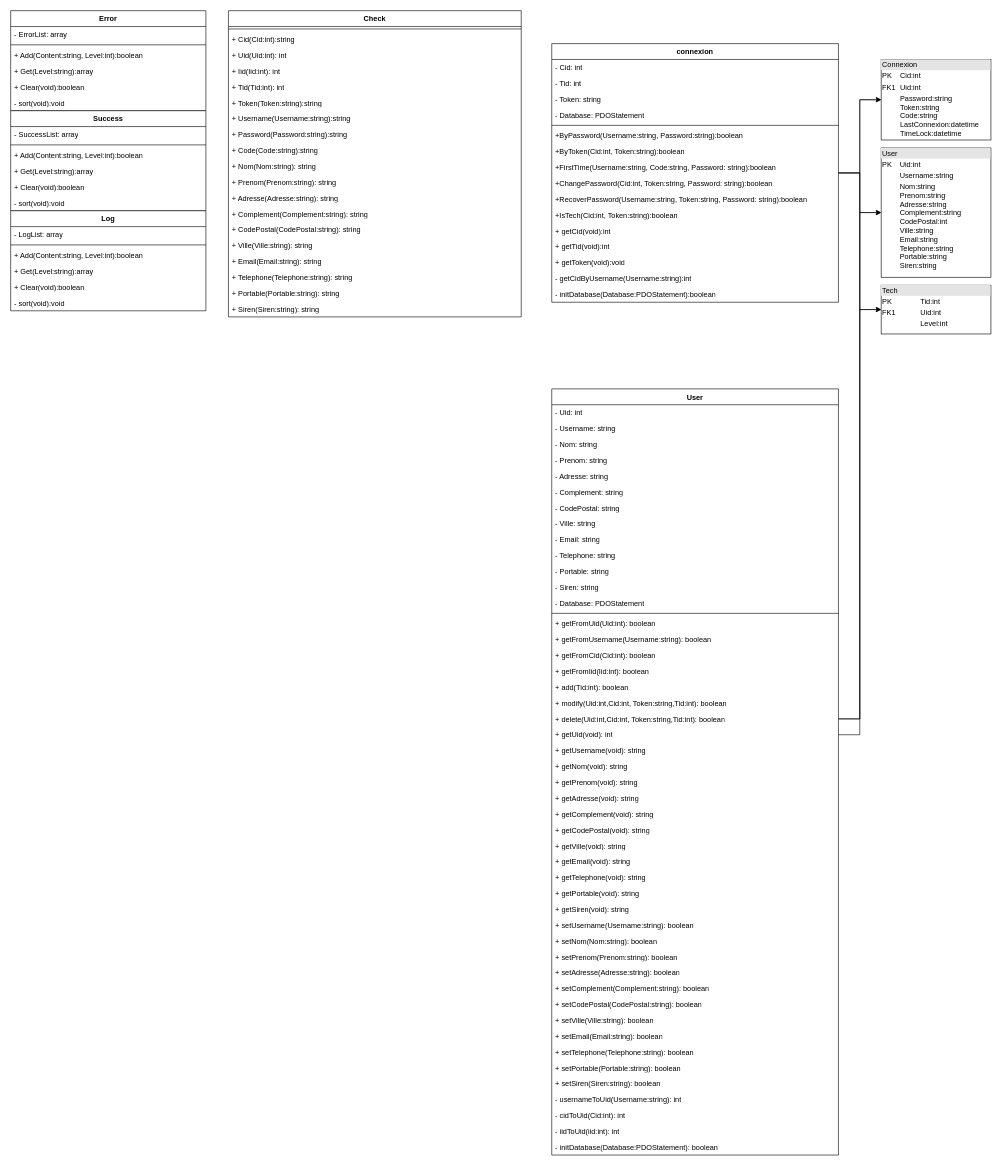
Above: Docs/Diagram/ClassDiagram.drawio in ROYJohan08/RJI-User.royjohan.fr (draw.io), before the change. Source tidied: cells renumbered, new cells numbered last; positions are measured from the earlier drawing's top-left corner, leaving out a move shared by most shapes. Both pictures are drawn from the tidied source at 61%, with x=0, y=0 at pixel (10, 10).
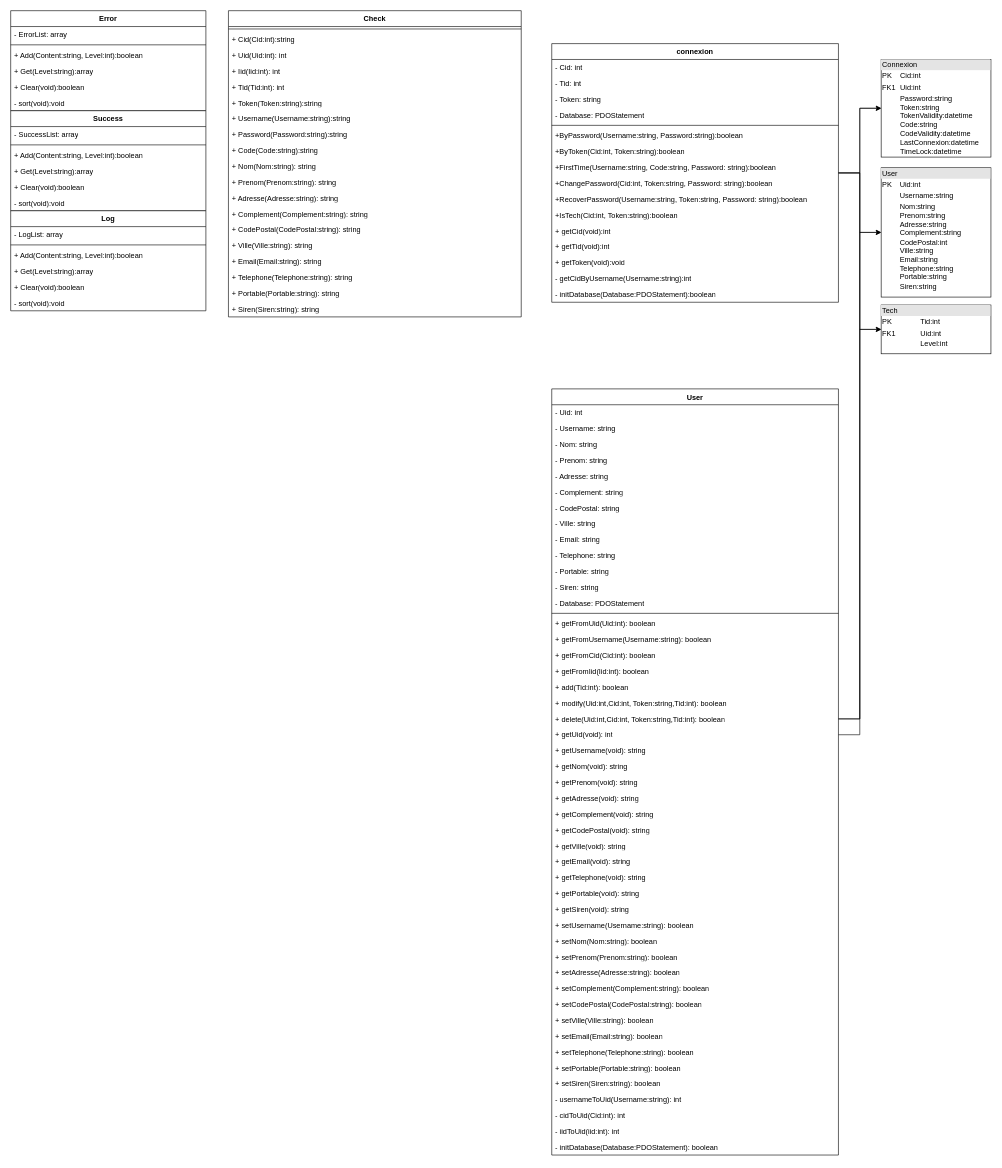
The same page after the edit.

What changed in the source:
```diff
@@
-    <mxCell id="22" value="&lt;div style=&quot;box-sizing: border-box; width: 100%; background: rgb(228, 228, 228); padding: 2px;&quot;&gt;Connexion&lt;/div&gt;&lt;table style=&quot;width:100%;font-size:1em;&quot; cellpadding=&quot;2&quot; cellspacing=&quot;0&quot;&gt;&lt;tbody&gt;&lt;tr&gt;&lt;td&gt;PK&lt;/td&gt;&lt;td&gt;Cid:int&lt;/td&gt;&lt;/tr&gt;&lt;tr&gt;&lt;td&gt;FK1&lt;/td&gt;&lt;td&gt;Uid:int&lt;/td&gt;&lt;/tr&gt;&lt;tr&gt;&lt;td&gt;&lt;/td&gt;&lt;td&gt;Password:string&lt;br&gt;Token:string&lt;br&gt;Code:string&lt;br&gt;LastConnexion:datetime&lt;br&gt;TimeLock:datetime&lt;/td&gt;&lt;/tr&gt;&lt;/tbody&gt;&lt;/table&gt;" style="verticalAlign=top;align=left;overflow=fill;html=1;whiteSpace=wrap;" parent="1" vertex="1">
-      <mxGeometry x="1427" y="80" width="180" height="132" as="geometry" />
+    <mxCell id="22" value="&lt;div style=&quot;box-sizing: border-box; width: 100%; background: rgb(228, 228, 228); padding: 2px;&quot;&gt;Connexion&lt;/div&gt;&lt;table style=&quot;width:100%;font-size:1em;&quot; cellpadding=&quot;2&quot; cellspacing=&quot;0&quot;&gt;&lt;tbody&gt;&lt;tr&gt;&lt;td&gt;PK&lt;/td&gt;&lt;td&gt;Cid:int&lt;/td&gt;&lt;/tr&gt;&lt;tr&gt;&lt;td&gt;FK1&lt;/td&gt;&lt;td&gt;Uid:int&lt;/td&gt;&lt;/tr&gt;&lt;tr&gt;&lt;td&gt;&lt;/td&gt;&lt;td&gt;Password:string&lt;br&gt;Token:string&lt;br&gt;TokenValidity:datetime&lt;br&gt;Code:string&lt;br&gt;CodeValidity:datetime&lt;br&gt;LastConnexion:datetime&lt;br&gt;TimeLock:datetime&lt;/td&gt;&lt;/tr&gt;&lt;/tbody&gt;&lt;/table&gt;" style="verticalAlign=top;align=left;overflow=fill;html=1;whiteSpace=wrap;" parent="1" vertex="1">
+      <mxGeometry x="1427" y="80" width="180" height="160" as="geometry" />
     </mxCell>
     <mxCell id="23" value="&lt;div style=&quot;box-sizing: border-box; width: 100%; background: rgb(228, 228, 228); padding: 2px;&quot;&gt;User&lt;/div&gt;&lt;table style=&quot;width:100%;font-size:1em;&quot; cellpadding=&quot;2&quot; cellspacing=&quot;0&quot;&gt;&lt;tbody&gt;&lt;tr&gt;&lt;td&gt;PK&lt;/td&gt;&lt;td&gt;Uid:int&lt;/td&gt;&lt;/tr&gt;&lt;tr&gt;&lt;td&gt;&lt;br&gt;&lt;/td&gt;&lt;td&gt;Username:string&lt;/td&gt;&lt;/tr&gt;&lt;tr&gt;&lt;td&gt;&lt;/td&gt;&lt;td&gt;Nom:string&lt;br&gt;Prenom:string&lt;br&gt;Adresse:string&lt;br&gt;Complement:string&lt;br&gt;CodePostal:int&lt;br&gt;Ville:string&lt;br&gt;Email:string&lt;br&gt;Telephone:string&lt;br&gt;Portable:string&lt;br&gt;Siren:string&lt;/td&gt;&lt;/tr&gt;&lt;/tbody&gt;&lt;/table&gt;" style="verticalAlign=top;align=left;overflow=fill;html=1;whiteSpace=wrap;" parent="1" vertex="1">
-      <mxGeometry x="1427" y="225" width="180" height="212" as="geometry" />
+      <mxGeometry x="1427" y="257.5" width="180" height="212" as="geometry" />
     </mxCell>
     <mxCell id="24" value="&lt;div style=&quot;box-sizing: border-box; width: 100%; background: rgb(228, 228, 228); padding: 2px;&quot;&gt;Tech&lt;/div&gt;&lt;table style=&quot;width:100%;font-size:1em;&quot; cellpadding=&quot;2&quot; cellspacing=&quot;0&quot;&gt;&lt;tbody&gt;&lt;tr&gt;&lt;td&gt;PK&lt;/td&gt;&lt;td&gt;Tid:int&lt;/td&gt;&lt;/tr&gt;&lt;tr&gt;&lt;td&gt;FK1&lt;/td&gt;&lt;td&gt;Uid:int&lt;/td&gt;&lt;/tr&gt;&lt;tr&gt;&lt;td&gt;&lt;/td&gt;&lt;td&gt;Level:int&lt;/td&gt;&lt;/tr&gt;&lt;/tbody&gt;&lt;/table&gt;" style="verticalAlign=top;align=left;overflow=fill;html=1;whiteSpace=wrap;" parent="1" vertex="1">
-      <mxGeometry x="1427" y="450" width="180" height="80" as="geometry" />
+      <mxGeometry x="1427" y="482.5" width="180" height="80" as="geometry" />
     </mxCell>
```
